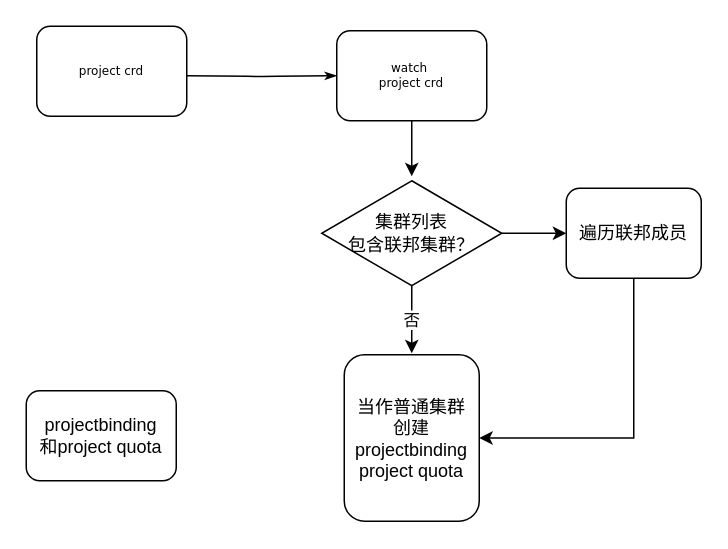
ssider/system_designs keeps this draw.io diagram as page "Page-3" (3 of 5) of federateclusters.drawio. Above is the earlier version. Source tidied: cells renumbered, new cells numbered last; positions are measured from the earlier drawing's top-left corner, leaving out a move shared by most shapes. Both pictures are drawn from the tidied source at 150%, with x=0, y=0 at pixel (26, 26).
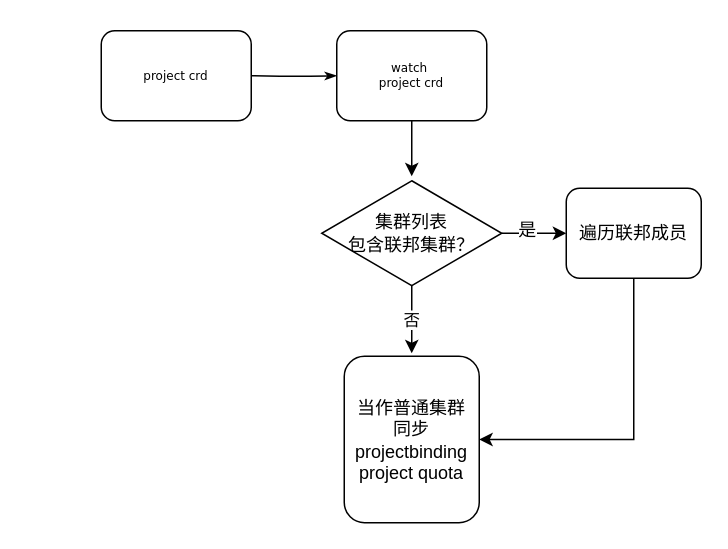
After the change.

The edit, as a diff of the source:
```diff
@@
 <mxGraphModel>
   <root>
     <mxCell id="0" />
     <mxCell id="1" parent="0" />
     <mxCell id="2" value="project crd" style="rounded=1;whiteSpace=wrap;html=1;shadow=0;labelBackgroundColor=none;strokeColor=#000000;strokeWidth=1;fillColor=#ffffff;fontFamily=Verdana;fontSize=8;fontColor=#000000;align=center;" parent="1" vertex="1">
-      <mxGeometry x="7" width="100" height="60" as="geometry" />
+      <mxGeometry x="50" y="3" width="100" height="60" as="geometry" />
     </mxCell>
-    <mxCell id="3" value="projectbinding&lt;br&gt;和project quota" style="rounded=1;whiteSpace=wrap;html=1;" parent="1" vertex="1">
-      <mxGeometry y="243" width="100" height="60" as="geometry" />
-    </mxCell>
     <mxCell id="4" style="edgeStyle=orthogonalEdgeStyle;rounded=1;html=1;labelBackgroundColor=none;startArrow=none;startFill=0;startSize=5;endArrow=classicThin;endFill=1;endSize=5;jettySize=auto;strokeColor=#000000;strokeWidth=1;fontFamily=Verdana;fontSize=8;fontColor=#000000;" parent="1" edge="1" target="6">
       <mxGeometry relative="1" as="geometry">
-        <mxPoint x="107" y="33" as="sourcePoint" />
+        <mxPoint x="150" y="33" as="sourcePoint" />
       </mxGeometry>
     </mxCell>
     <mxCell id="5" style="edgeStyle=orthogonalEdgeStyle;rounded=0;html=1;jettySize=auto;" parent="1" edge="1" source="6">
       <mxGeometry relative="1" as="geometry">
         <mxPoint x="257" y="100" as="targetPoint" />
       </mxGeometry>
     </mxCell>
     <mxCell id="6" value="watch&amp;nbsp;&lt;br&gt;project crd" style="rounded=1;whiteSpace=wrap;html=1;shadow=0;labelBackgroundColor=none;strokeColor=#000000;strokeWidth=1;fillColor=#ffffff;fontFamily=Verdana;fontSize=8;fontColor=#000000;align=center;" parent="1" vertex="1">
       <mxGeometry x="207" y="3" width="100" height="60" as="geometry" />
     </mxCell>
     <mxCell id="7" style="edgeStyle=orthogonalEdgeStyle;rounded=0;jettySize=auto;html=1;" parent="1" edge="1" source="8" target="11">
       <mxGeometry relative="1" as="geometry" />
     </mxCell>
+    <mxCell id="13" value="是" style="text;html=1;align=center;verticalAlign=middle;labelBackgroundColor=#ffffff;" parent="7" vertex="1">
+      <mxGeometry x="-0.26" y="3" relative="1" as="geometry" />
+    </mxCell>
     <mxCell id="8" value="集群列表&lt;br&gt;包含联邦集群？" style="rhombus;whiteSpace=wrap;html=1;" parent="1" vertex="1">
       <mxGeometry x="197" y="103" width="120" height="70" as="geometry" />
     </mxCell>
     <mxCell id="9" value="否" style="edgeStyle=orthogonalEdgeStyle;rounded=0;orthogonalLoop=1;jettySize=auto;html=1;strokeColor=#000000;strokeWidth=1;" parent="1" edge="1">
       <mxGeometry relative="1" as="geometry">
         <mxPoint x="257" y="173" as="sourcePoint" />
         <mxPoint x="257" y="218" as="targetPoint" />
       </mxGeometry>
     </mxCell>
     <mxCell id="10" style="edgeStyle=orthogonalEdgeStyle;rounded=0;jettySize=auto;html=1;entryX=1;entryY=0.5;entryDx=0;entryDy=0;" parent="1" edge="1" source="11" target="12">
       <mxGeometry relative="1" as="geometry">
         <Array as="points">
-          <mxPoint x="405" y="275" />
+          <mxPoint x="405" y="276" />
         </Array>
       </mxGeometry>
     </mxCell>
     <mxCell id="11" value="遍历联邦成员" style="rounded=1;whiteSpace=wrap;html=1;fillColor=#ffffff;" parent="1" vertex="1">
       <mxGeometry x="360" y="108" width="90" height="60" as="geometry" />
     </mxCell>
-    <mxCell id="12" value="当作普通集群&lt;br&gt;创建projectbinding&lt;br&gt;project quota" style="rounded=1;whiteSpace=wrap;html=1;fillColor=#ffffff;" parent="1" vertex="1">
-      <mxGeometry x="212" y="219" width="90" height="111" as="geometry" />
+    <mxCell id="12" value="当作普通集群&lt;br&gt;同步projectbinding&lt;br&gt;project quota" style="rounded=1;whiteSpace=wrap;html=1;fillColor=#ffffff;" parent="1" vertex="1">
+      <mxGeometry x="212" y="220" width="90" height="111" as="geometry" />
     </mxCell>
   </root>
 </mxGraphModel>
```
